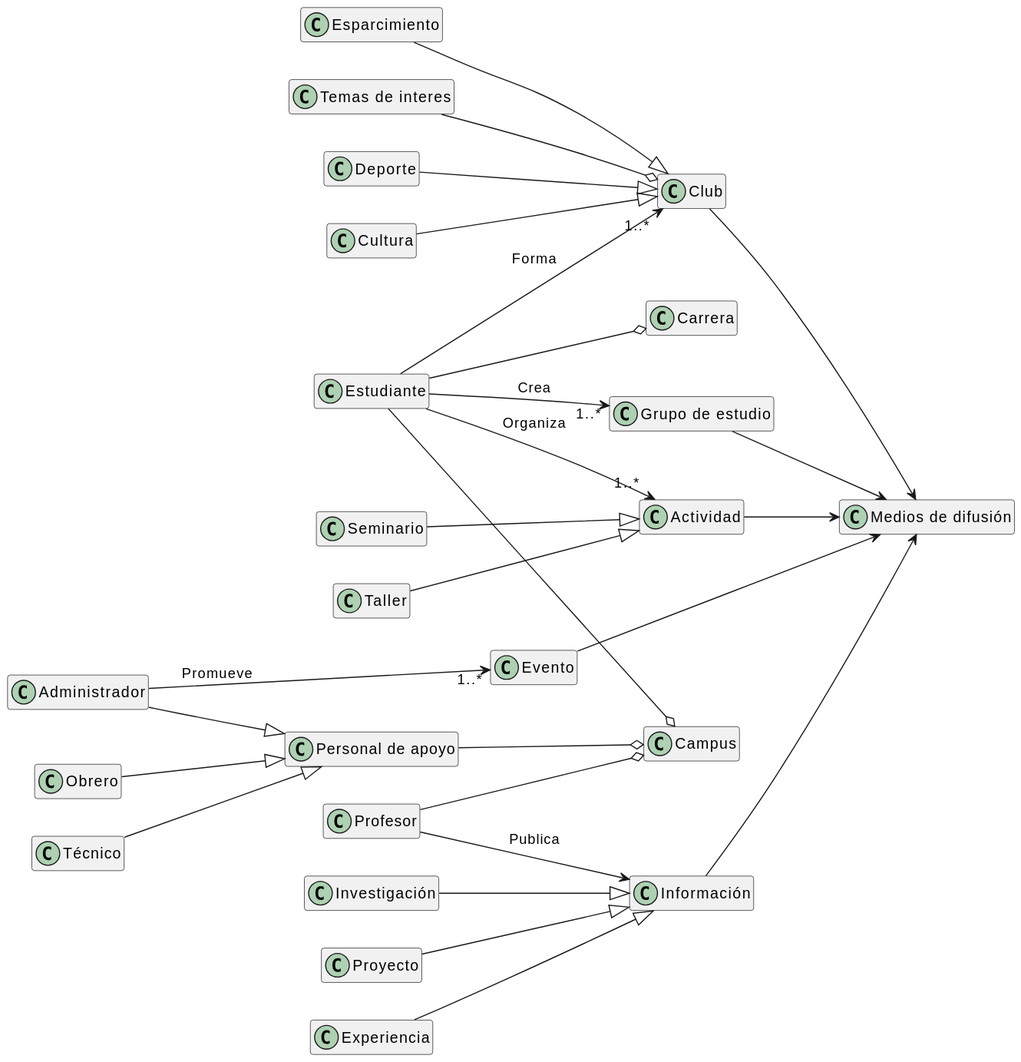
This is docs/scenariosView/domainModel/domainModel.svg from Dayannis-07/ING_SOFT, a PlantUML export, as it was before one commit.
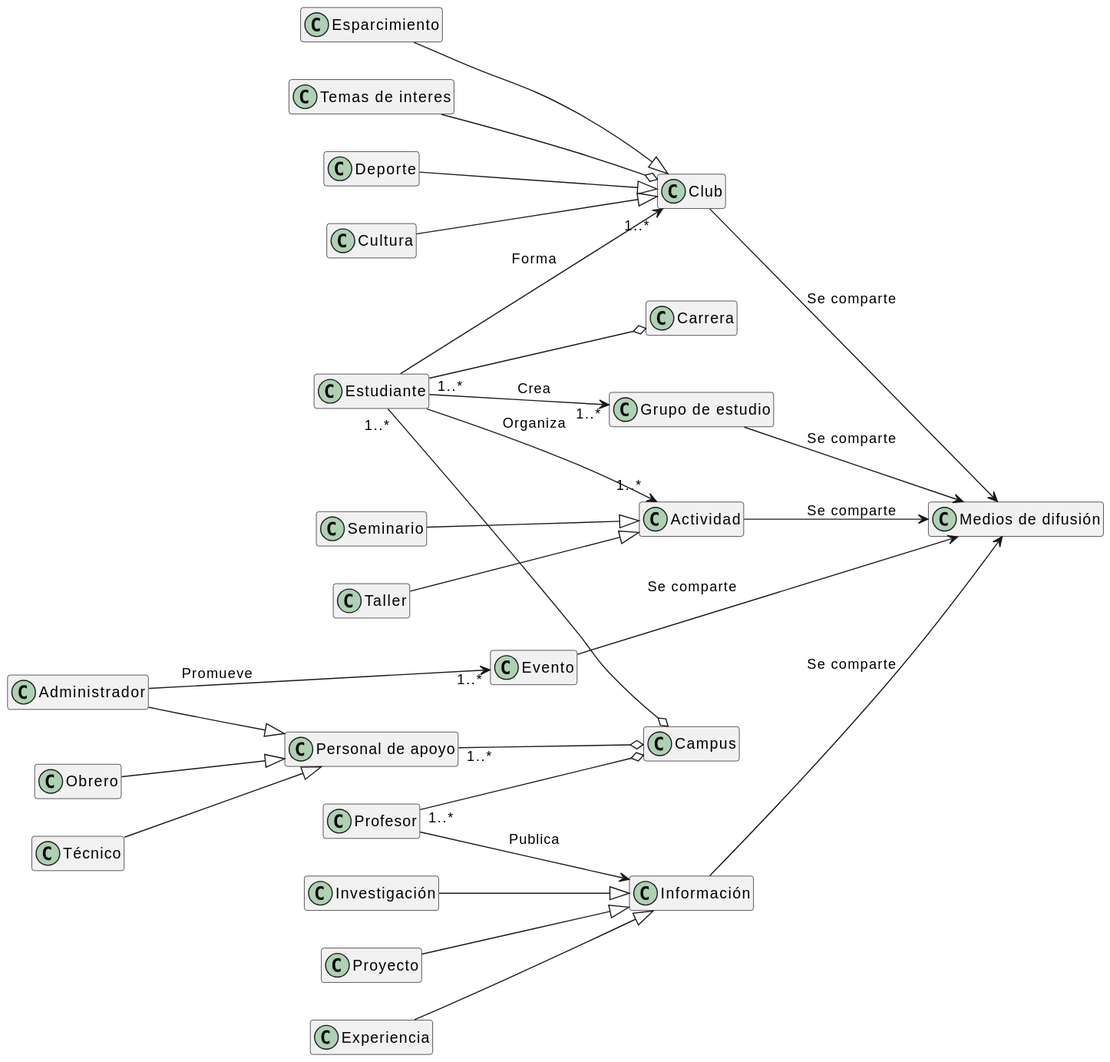
After the commit.

Change to the diagram source:
```diff
@@ -25,13 +25,13 @@
 class Investigación{}
 class "Medios de difusión" as class4{}
 
-Estudiante --o Campus
-Profesor --o Campus
-class1 --o Campus
+Estudiante "1..*" --o Campus
+Profesor "1..*" --o Campus
+class1 "1..*" --o Campus
 Administrador --|> class1
 Obrero --|> class1
 Técnico --|> class1
-Estudiante --o Carrera
+Estudiante "1..*" --o Carrera
 
 Seminario --|> Actividad
 Taller --|> Actividad
@@ -50,11 +50,11 @@
 Experiencia --|> Información
 Investigación --|> Información
 
-Información --> class4
-Evento --> class4
-Actividad --> class4
-class2 --> class4
-Club --> class4
+Información --> class4: Se comparte
+Evento --> class4: Se comparte
+Actividad --> class4: Se comparte
+class2 --> class4: Se comparte
+Club --> class4: Se comparte
 
 hide members
 @enduml
```
